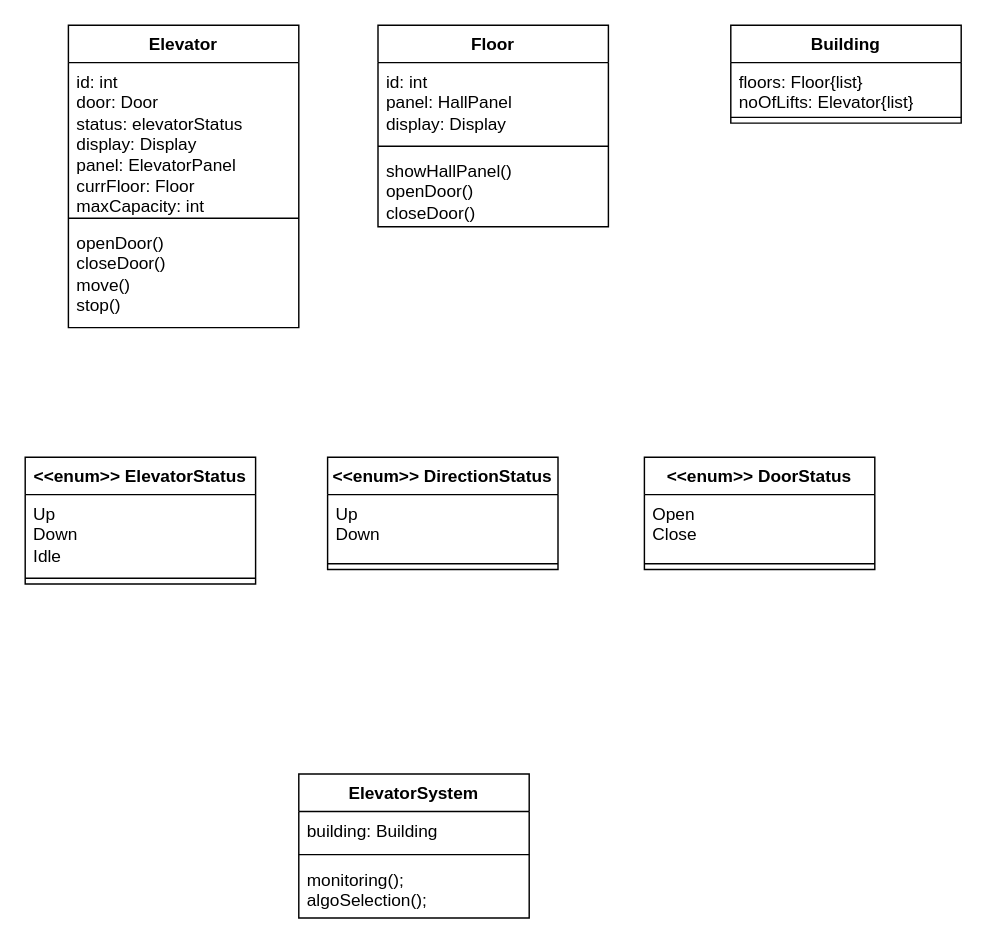
The draw.io diagram page "Page-2" (2 of 2) of ElevatorSystem.drawio in warsiKamran/Low-Level-Design, before the edit. Source tidied: cells renumbered, new cells numbered last; positions are measured from the earlier drawing's top-left corner, leaving out a move shared by most shapes. Both pictures are drawn from the tidied source at 144%, with x=0, y=0 at pixel (24, 24).
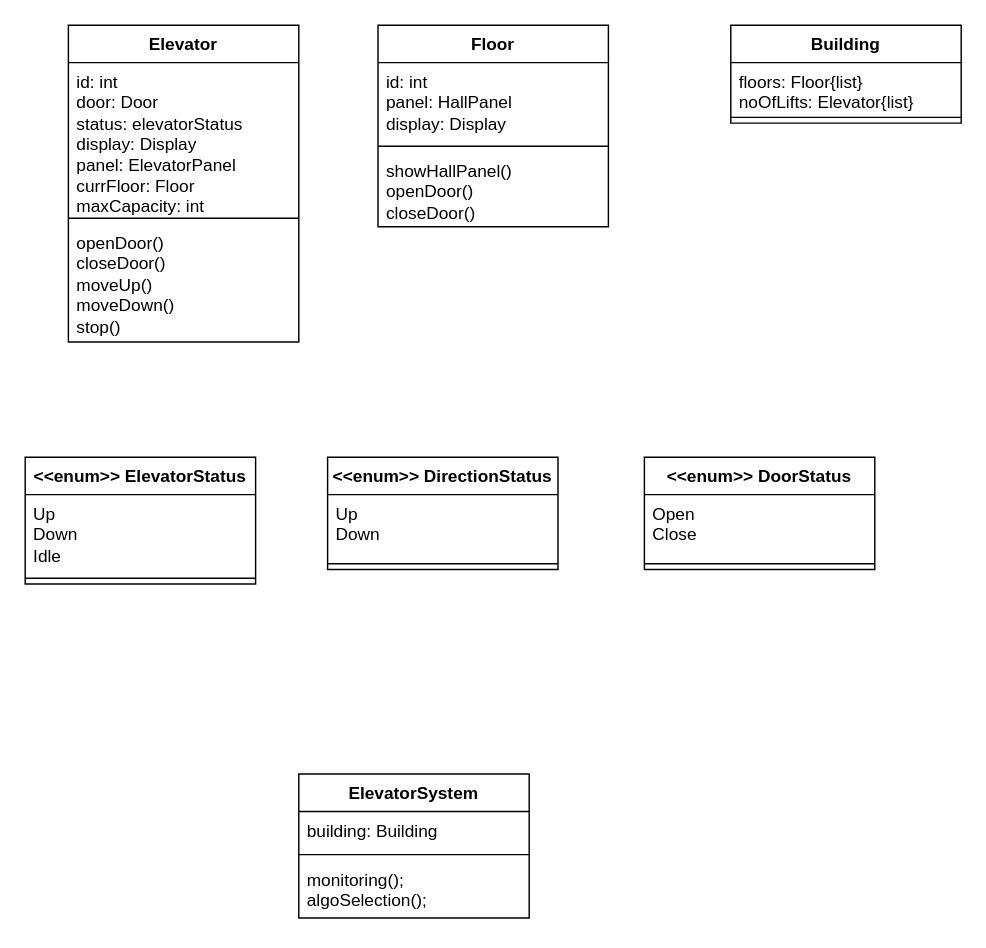
Above is the later version.

Change to the diagram source:
```diff
@@
     <mxCell id="2" value="Elevator" style="swimlane;fontStyle=1;align=center;verticalAlign=top;horizontal=1;startSize=26;whiteSpace=wrap;html=1;" parent="1" vertex="1">
-      <mxGeometry x="30" width="160" height="210" as="geometry" />
+      <mxGeometry x="30" width="160" height="220" as="geometry" />
     </mxCell>
@@
-    <mxCell id="5" value="openDoor()&lt;div&gt;closeDoor()&lt;/div&gt;&lt;div&gt;move()&lt;/div&gt;&lt;div&gt;stop()&lt;/div&gt;" style="text;strokeColor=none;fillColor=none;align=left;verticalAlign=top;spacingLeft=4;spacingRight=4;overflow=hidden;whiteSpace=wrap;html=1;" parent="2" vertex="1">
-      <mxGeometry y="138" width="160" height="72" as="geometry" />
+    <mxCell id="5" value="openDoor()&lt;div&gt;closeDoor()&lt;/div&gt;&lt;div&gt;moveUp()&lt;/div&gt;&lt;div&gt;moveDown()&lt;/div&gt;&lt;div&gt;stop()&lt;/div&gt;" style="text;strokeColor=none;fillColor=none;align=left;verticalAlign=top;spacingLeft=4;spacingRight=4;overflow=hidden;whiteSpace=wrap;html=1;" parent="2" vertex="1">
+      <mxGeometry y="138" width="160" height="82" as="geometry" />
     </mxCell>
```
